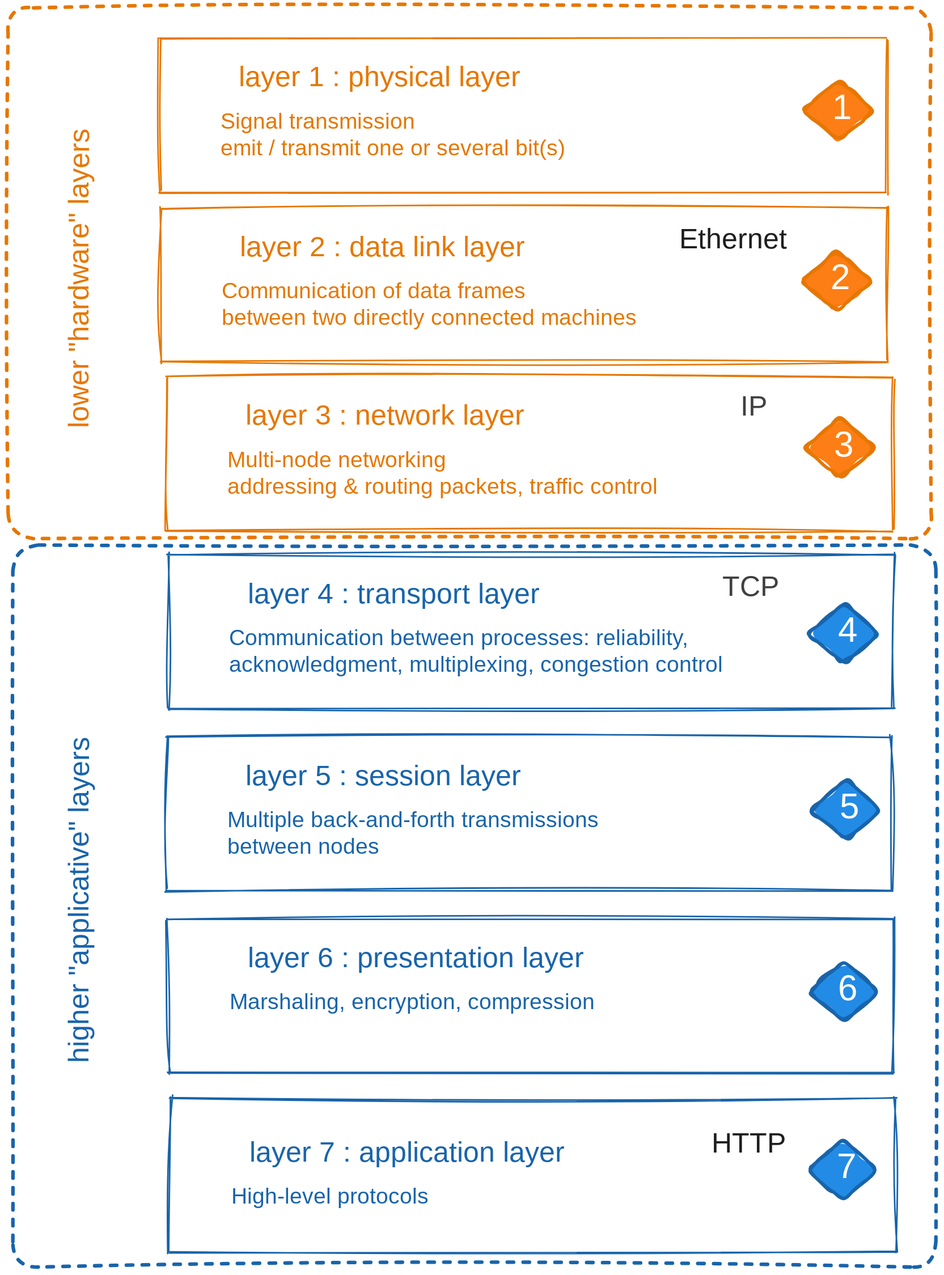
Before: notebooks/media/osi-model.excalidraw.svg, a diagram exported from Excalidraw (ue22-p25/backend). Source tidied: one line per element, renumbered; positions are measured from the earlier drawing's top-left corner, leaving out a move shared by most shapes.
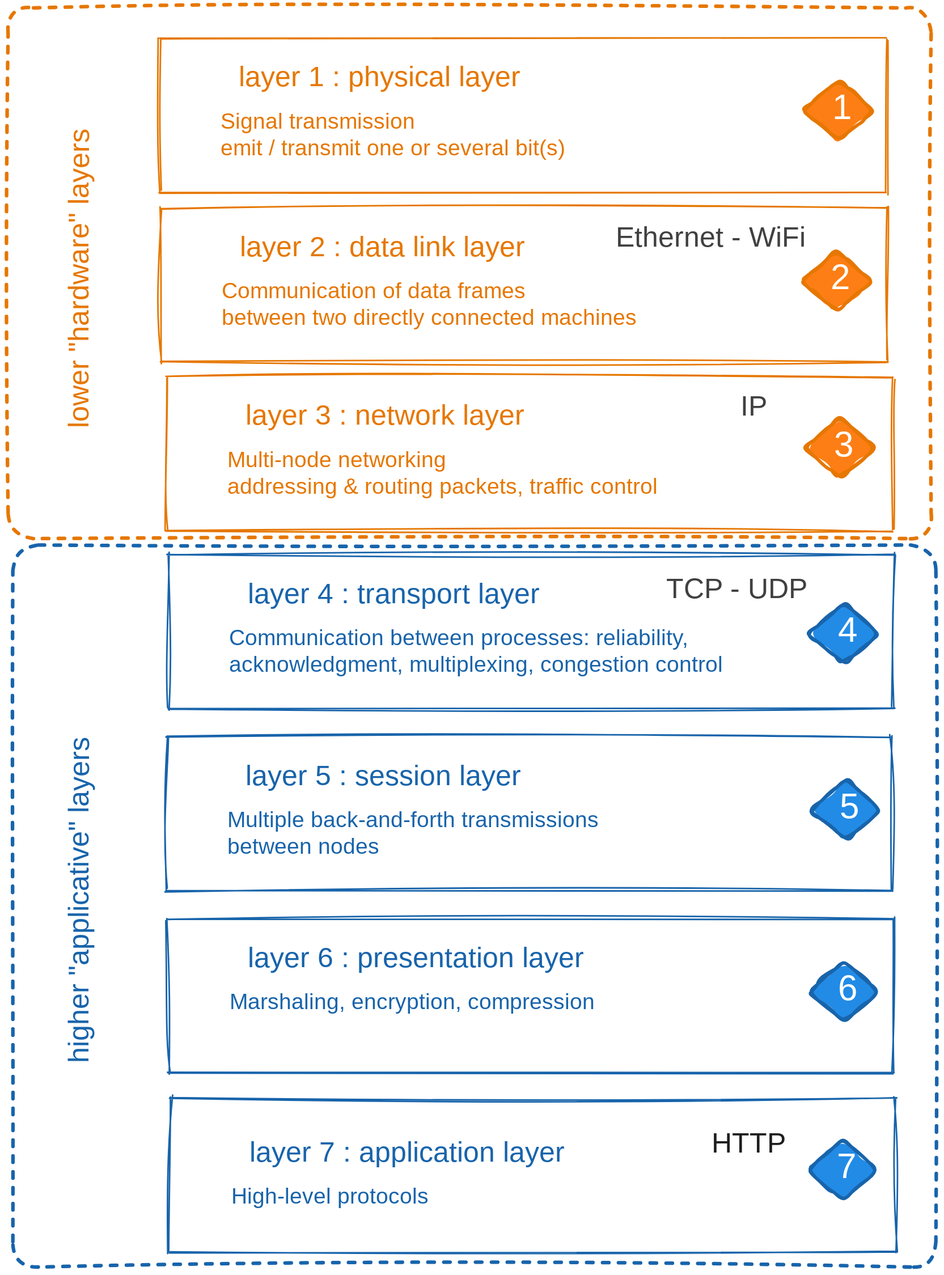
After the commit.

Commit message:
quote also wifi and udp in the osi model picture

What changed in the source:
```diff
@@ -37,7 +37,7 @@
 {"id": 36, "type": "rectangle", "strokeColor": "#1864ab", "strokeWidth": 4, "strokeStyle": "dashed", "roughness": 2, "round": true, "x": 137, "y": 677, "width": 1163, "height": 910}
 {"id": 37, "type": "text", "text": "lower \"hardware\" layers", "strokeColor": "#e67700", "angle": 4.71, "strokeWidth": 4, "strokeStyle": "dashed", "roughness": 2, "fontSize": 36, "fontFamily": 1, "textAlign": "center", "x": 18, "y": 319, "width": 410, "height": 43}
 {"id": 38, "type": "text", "text": "higher \"applicative\" layers", "strokeColor": "#1864ab", "angle": 4.71, "strokeWidth": 4, "strokeStyle": "dashed", "roughness": 2, "fontSize": 36, "fontFamily": 1, "textAlign": "center", "x": 0, "y": 1103, "width": 447, "height": 43}
-{"id": 39, "type": "text", "text": "Ethernet", "strokeColor": "#1e1e1e", "strokeWidth": 2, "roughness": 1, "fontSize": 36, "fontFamily": 5, "textAlign": "center", "x": 966, "y": 271, "width": 158, "height": 45}
+{"id": 39, "type": "text", "text": "Ethernet - WiFi", "strokeColor": "#404040", "strokeWidth": 2, "roughness": 1, "fontSize": 36, "fontFamily": 5, "textAlign": "center", "x": 881, "y": 269, "width": 271, "height": 45}
 {"id": 40, "type": "text", "text": "IP", "strokeColor": "#404040", "strokeWidth": 2, "roughness": 1, "fontSize": 36, "fontFamily": 5, "textAlign": "center", "x": 1048, "y": 482, "width": 45, "height": 45}
-{"id": 41, "type": "text", "text": "TCP", "strokeColor": "#404040", "strokeWidth": 2, "roughness": 1, "fontSize": 36, "fontFamily": 5, "textAlign": "center", "x": 1028, "y": 709, "width": 79, "height": 45}
+{"id": 41, "type": "text", "text": "TCP - UDP", "strokeColor": "#404040", "strokeWidth": 2, "roughness": 1, "fontSize": 36, "fontFamily": 5, "textAlign": "center", "x": 948, "y": 712, "width": 202, "height": 45}
 {"id": 42, "type": "text", "text": "HTTP", "strokeColor": "#1e1e1e", "strokeWidth": 2, "roughness": 1, "fontSize": 36, "fontFamily": 5, "textAlign": "center", "x": 1011, "y": 1411, "width": 107, "height": 45}
```
